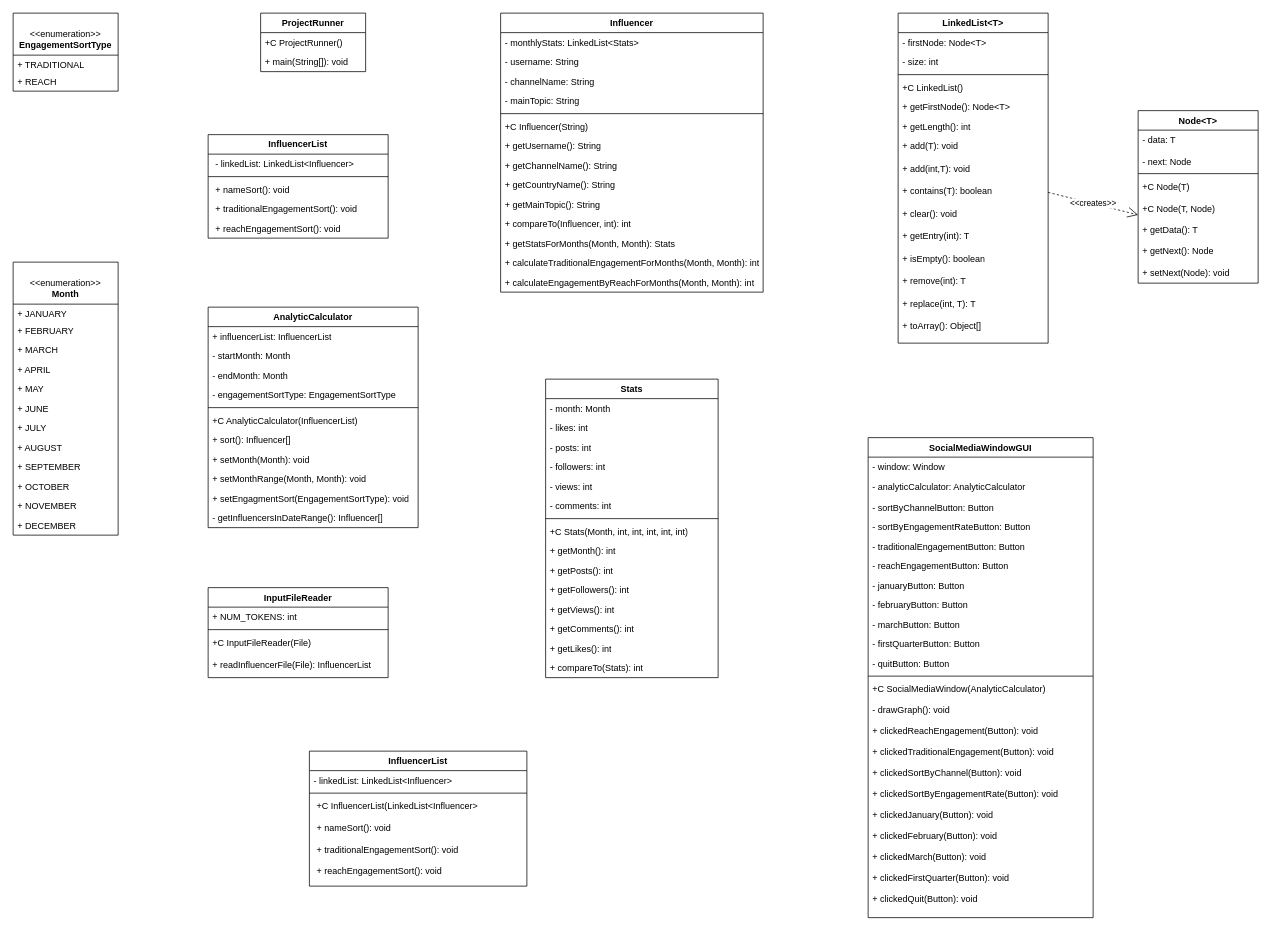
Before: Project5_UML.drawio in joshuap00/Prj5_UML, a draw.io diagram. Source tidied: cells renumbered, new cells numbered last; positions are measured from the earlier drawing's top-left corner, leaving out a move shared by most shapes. Both pictures are drawn from the tidied source at 75%, with x=0, y=0 at pixel (13, 13).
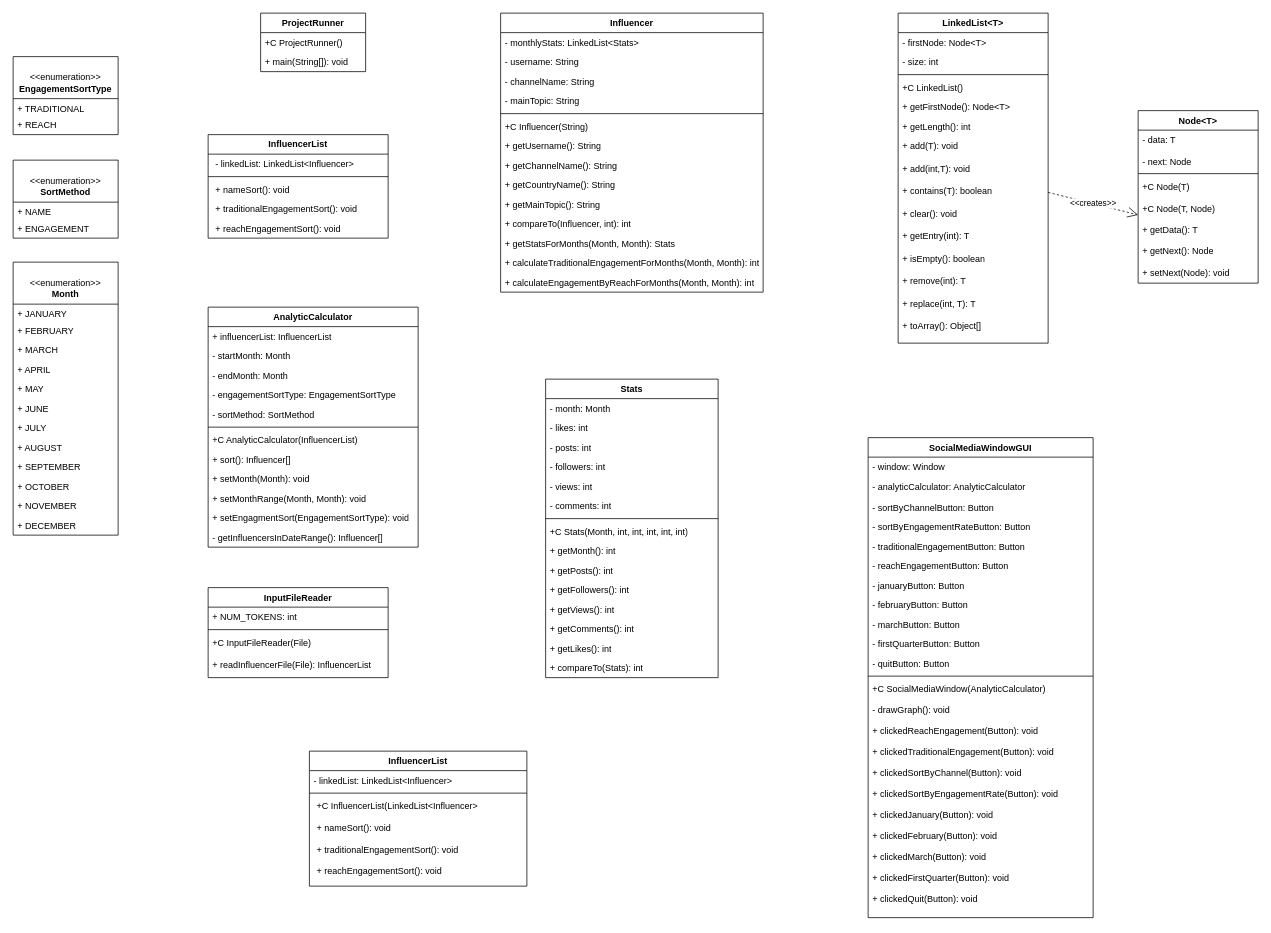
The same page after the edit.

Change to the diagram source:
```diff
@@
     <mxCell id="50" value="AnalyticCalculator" style="swimlane;fontStyle=1;align=center;verticalAlign=top;horizontal=1;startSize=26;whiteSpace=wrap;html=1;" parent="1" vertex="1">
-      <mxGeometry x="260" y="392" width="280" height="294" as="geometry" />
+      <mxGeometry x="260" y="392" width="280" height="320" as="geometry" />
     </mxCell>
@@
+    <mxCell id="113" value="- sortMethod: SortMethod&lt;div&gt;&lt;br&gt;&lt;/div&gt;" style="text;strokeColor=none;fillColor=none;align=left;verticalAlign=top;spacingLeft=4;spacingRight=4;overflow=hidden;whiteSpace=wrap;html=1;" parent="50" vertex="1">
+      <mxGeometry y="130" width="280" height="26" as="geometry" />
+    </mxCell>
     <mxCell id="55" style="line;strokeWidth=1;fillColor=none;align=left;verticalAlign=middle;spacingTop=-1;spacingLeft=3;spacingRight=3;labelPosition=right;strokeColor=inherit;" parent="50" vertex="1">
-      <mxGeometry y="130" width="280" height="8" as="geometry" />
+      <mxGeometry y="156" width="280" height="8" as="geometry" />
     </mxCell>
     <mxCell id="56" value="+C AnalyticCalculator(InfluencerList)" style="text;strokeColor=none;fillColor=none;align=left;verticalAlign=top;spacingLeft=4;spacingRight=4;overflow=hidden;whiteSpace=wrap;html=1;" parent="50" vertex="1">
-      <mxGeometry y="138" width="280" height="26" as="geometry" />
+      <mxGeometry y="164" width="280" height="26" as="geometry" />
     </mxCell>
     <mxCell id="57" value="+ sort(): Influencer[]" style="text;strokeColor=none;fillColor=none;align=left;verticalAlign=top;spacingLeft=4;spacingRight=4;overflow=hidden;whiteSpace=wrap;html=1;" parent="50" vertex="1">
-      <mxGeometry y="164" width="280" height="26" as="geometry" />
+      <mxGeometry y="190" width="280" height="26" as="geometry" />
     </mxCell>
     <mxCell id="58" value="+ setMonth(Month): void" style="text;strokeColor=none;fillColor=none;align=left;verticalAlign=top;spacingLeft=4;spacingRight=4;overflow=hidden;whiteSpace=wrap;html=1;" parent="50" vertex="1">
-      <mxGeometry y="190" width="280" height="26" as="geometry" />
+      <mxGeometry y="216" width="280" height="26" as="geometry" />
     </mxCell>
     <mxCell id="59" value="+ setMonthRange(Month, Month): void" style="text;strokeColor=none;fillColor=none;align=left;verticalAlign=top;spacingLeft=4;spacingRight=4;overflow=hidden;whiteSpace=wrap;html=1;" parent="50" vertex="1">
-      <mxGeometry y="216" width="280" height="26" as="geometry" />
+      <mxGeometry y="242" width="280" height="26" as="geometry" />
     </mxCell>
     <mxCell id="60" value="+ setEngagmentSort(EngagementSortType): void" style="text;strokeColor=none;fillColor=none;align=left;verticalAlign=top;spacingLeft=4;spacingRight=4;overflow=hidden;whiteSpace=wrap;html=1;" parent="50" vertex="1">
-      <mxGeometry y="242" width="280" height="26" as="geometry" />
+      <mxGeometry y="268" width="280" height="26" as="geometry" />
     </mxCell>
     <mxCell id="61" value="- getInfluencersInDateRange(): Influencer[]" style="text;strokeColor=none;fillColor=none;align=left;verticalAlign=top;spacingLeft=4;spacingRight=4;overflow=hidden;whiteSpace=wrap;html=1;" parent="50" vertex="1">
-      <mxGeometry y="268" width="280" height="26" as="geometry" />
+      <mxGeometry y="294" width="280" height="26" as="geometry" />
     </mxCell>
@@
     <mxCell id="92" value="&lt;div&gt;&lt;br&gt;&lt;/div&gt;&lt;div&gt;&amp;lt;&amp;lt;enumeration&amp;gt;&amp;gt;&lt;/div&gt;&lt;b&gt;EngagementSortType&lt;/b&gt;" style="swimlane;fontStyle=0;horizontal=1;startSize=56;fillColor=none;whiteSpace=wrap;html=1;" parent="1" vertex="1">
-      <mxGeometry width="140" height="104" as="geometry" />
+      <mxGeometry y="58" width="140" height="104" as="geometry" />
     </mxCell>
@@
+    <mxCell id="114" value="&lt;div&gt;&lt;br&gt;&lt;/div&gt;&lt;div&gt;&amp;lt;&amp;lt;enumeration&amp;gt;&amp;gt;&lt;/div&gt;&lt;b&gt;SortMethod&lt;/b&gt;" style="swimlane;fontStyle=0;horizontal=1;startSize=56;fillColor=none;whiteSpace=wrap;html=1;" parent="1" vertex="1">
+      <mxGeometry y="196" width="140" height="104" as="geometry" />
+    </mxCell>
+    <mxCell id="115" value="+ NAME" style="text;strokeColor=none;fillColor=none;align=left;verticalAlign=top;spacingLeft=4;spacingRight=4;overflow=hidden;whiteSpace=wrap;html=1;" parent="114" vertex="1">
+      <mxGeometry y="56" width="140" height="22" as="geometry" />
+    </mxCell>
+    <mxCell id="116" value="+ ENGAGEMENT" style="text;strokeColor=none;fillColor=none;align=left;verticalAlign=top;spacingLeft=4;spacingRight=4;overflow=hidden;whiteSpace=wrap;html=1;" parent="114" vertex="1">
+      <mxGeometry y="78" width="140" height="26" as="geometry" />
+    </mxCell>
```
